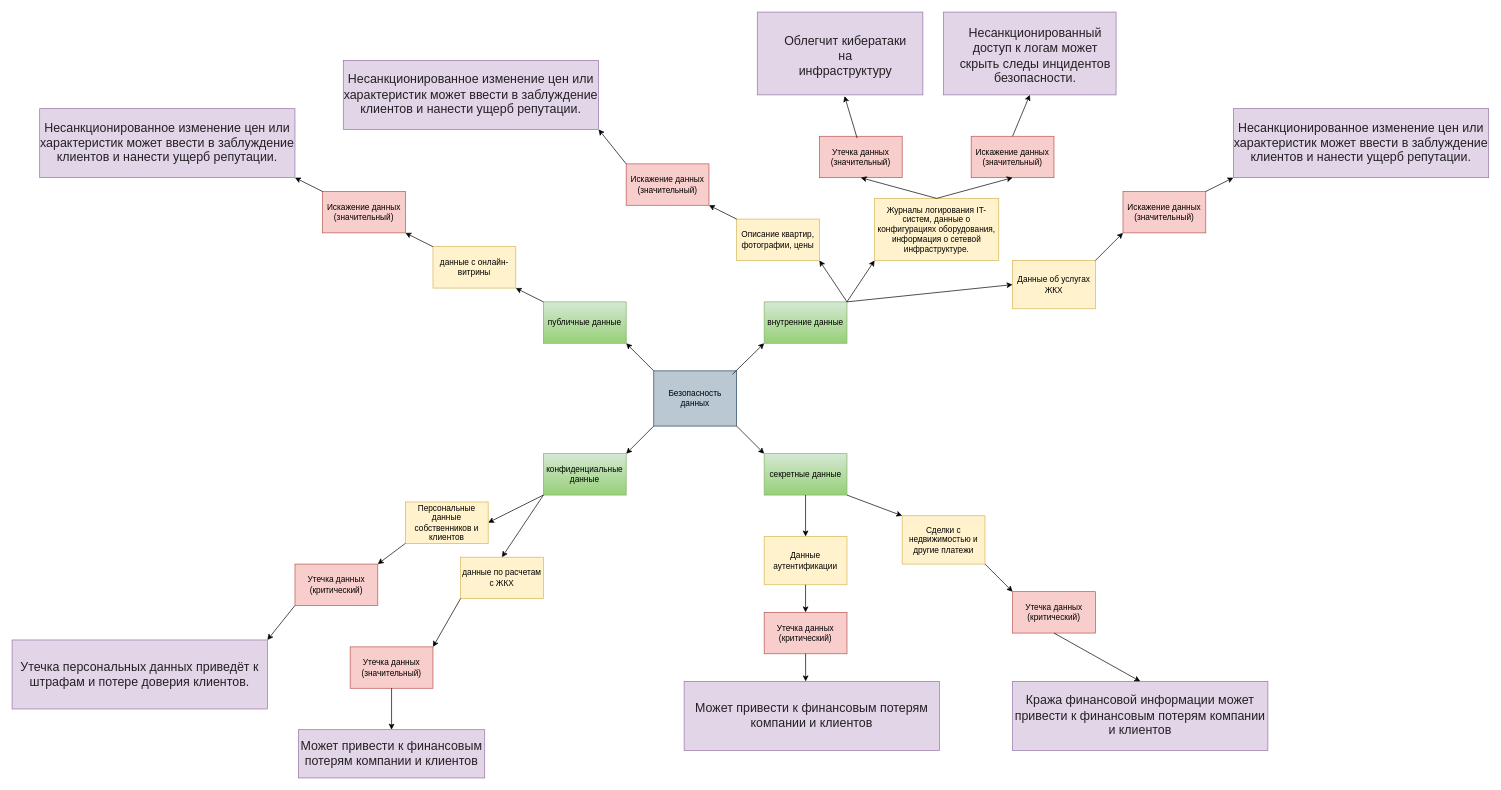
Before: Task1/mindmap.drawio in belyaev-a-g/architecture-propdevelopment, a draw.io diagram. Source tidied: cells renumbered, new cells numbered last; positions are measured from the earlier drawing's top-left corner, leaving out a move shared by most shapes. Both pictures are drawn from the tidied source at 69%, with x=0, y=0 at pixel (12, 12).
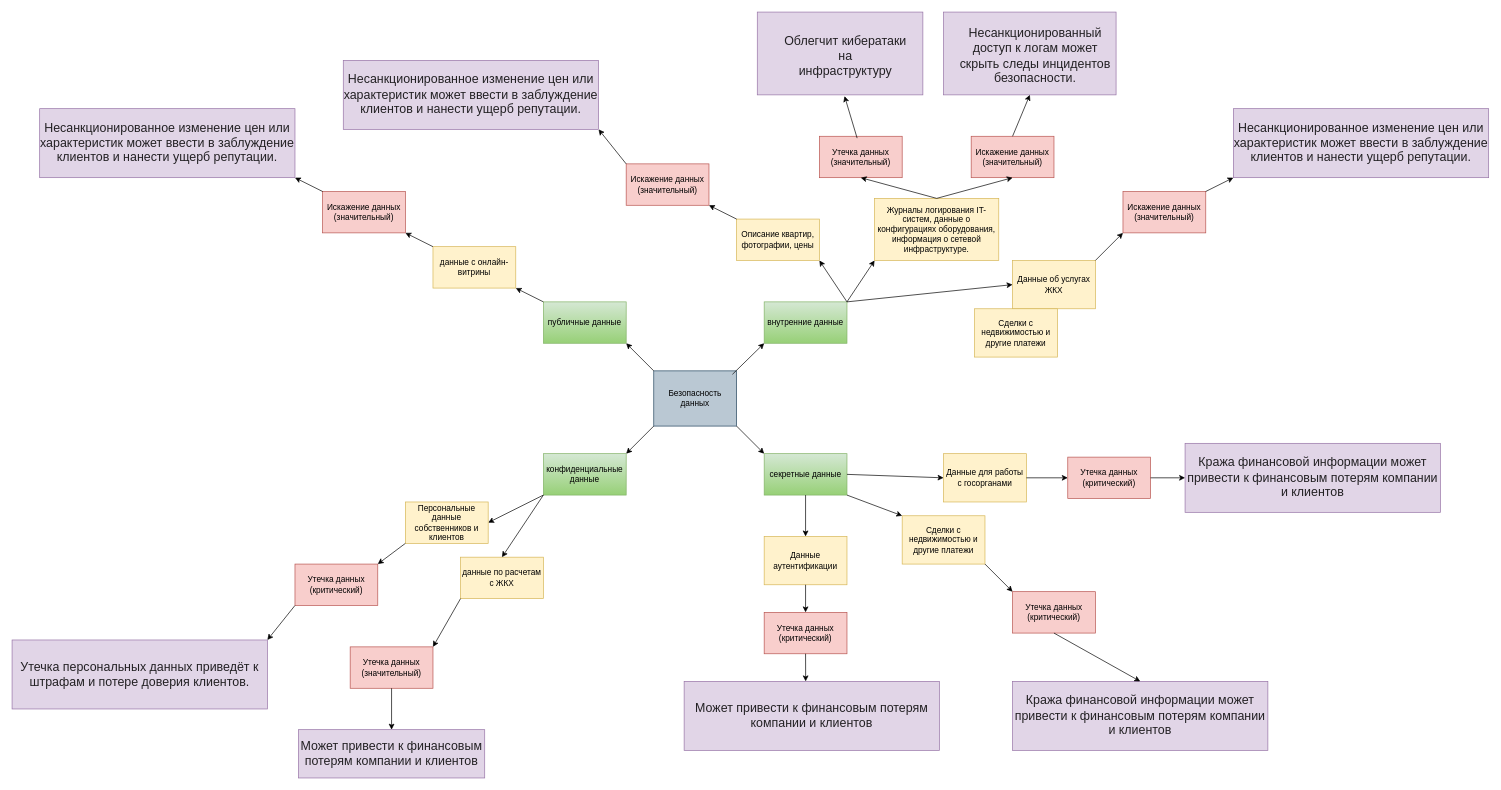
The same diagram, later.

Unchanged cells that the change refers to:
```xml
<mxCell id="6" value="секретные данные" style="rounded=0;whiteSpace=wrap;html=1;fillColor=#d5e8d4;gradientColor=#97d077;strokeColor=#82b366;" parent="1" vertex="1">
  <mxGeometry x="1090" y="640" width="120" height="60" as="geometry" />
</mxCell>
```

Diff of the diagram source:
```diff
@@
+    <mxCell id="63" value="Данные для работы с госорганами" style="rounded=0;whiteSpace=wrap;html=1;fillColor=#fff2cc;strokeColor=#d6b656;" parent="1" vertex="1">
+      <mxGeometry x="1350" y="640" width="120" height="70" as="geometry" />
+    </mxCell>
+    <mxCell id="64" value="Сделки с недвижимостью и другие платежи" style="rounded=0;whiteSpace=wrap;html=1;fillColor=#fff2cc;strokeColor=#d6b656;" parent="1" vertex="1">
+      <mxGeometry x="1395" y="430" width="120" height="70" as="geometry" />
+    </mxCell>
+    <mxCell id="65" value="Утечка данных&lt;br&gt;(критический)" style="rounded=0;whiteSpace=wrap;html=1;fillColor=#f8cecc;strokeColor=#b85450;" parent="1" vertex="1">
+      <mxGeometry x="1530" y="645" width="120" height="60" as="geometry" />
+    </mxCell>
+    <mxCell id="66" value="&lt;span style=&quot;color: rgba(0, 0, 0, 0.85); font-family: &amp;quot;YS Text&amp;quot;, sans-serif; font-size: 18px; text-align: start; white-space-collapse: preserve-breaks;&quot;&gt;Кража финансовой информации может привести к финансовым потерям компании и клиентов&lt;/span&gt;" style="rounded=0;whiteSpace=wrap;html=1;fillColor=#e1d5e7;strokeColor=#9673a6;" parent="1" vertex="1">
+      <mxGeometry x="1700" y="625" width="370" height="100" as="geometry" />
+    </mxCell>
+    <mxCell id="67" style="endArrow=classic;html=1;rounded=0;exitX=1;exitY=0.5;exitDx=0;exitDy=0;entryX=0;entryY=0.5;entryDx=0;entryDy=0;" parent="1" edge="1" source="6" target="63">
+      <mxGeometry relative="1" as="geometry" />
+    </mxCell>
+    <mxCell id="68" style="endArrow=classic;html=1;rounded=0;exitX=1;exitY=0.5;exitDx=0;exitDy=0;entryX=0;entryY=0.5;entryDx=0;entryDy=0;" parent="1" edge="1" source="65" target="66">
+      <mxGeometry relative="1" as="geometry" />
+    </mxCell>
+    <mxCell id="69" style="endArrow=classic;html=1;rounded=0;exitX=1;exitY=0.5;exitDx=0;exitDy=0;entryX=0;entryY=0.5;entryDx=0;entryDy=0;" parent="1" edge="1" source="63" target="65">
+      <mxGeometry relative="1" as="geometry" />
+    </mxCell>
```
